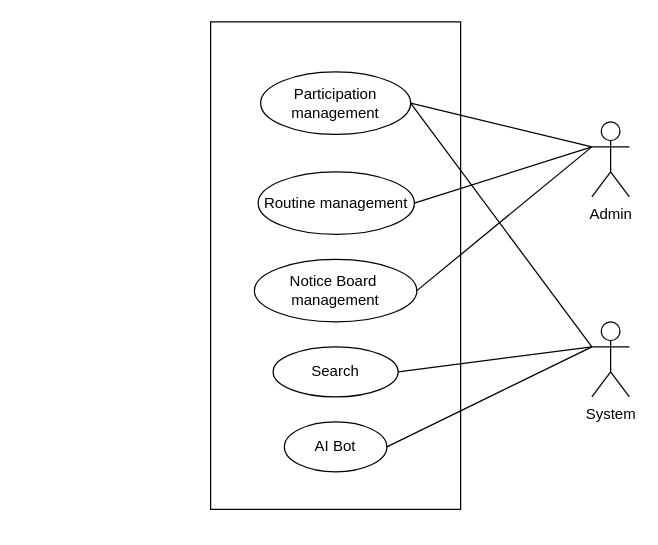
The draw.io diagram page "UC level 1.2 course management" (4 of 17) of Diagrams.drawio in shirrsho/E-shcool, before the edit. Source tidied: cells renumbered, new cells numbered last; positions are measured from the earlier drawing's top-left corner, leaving out a move shared by most shapes. Both pictures are drawn from the tidied source at 125%, with x=0, y=0 at pixel (210, 21).
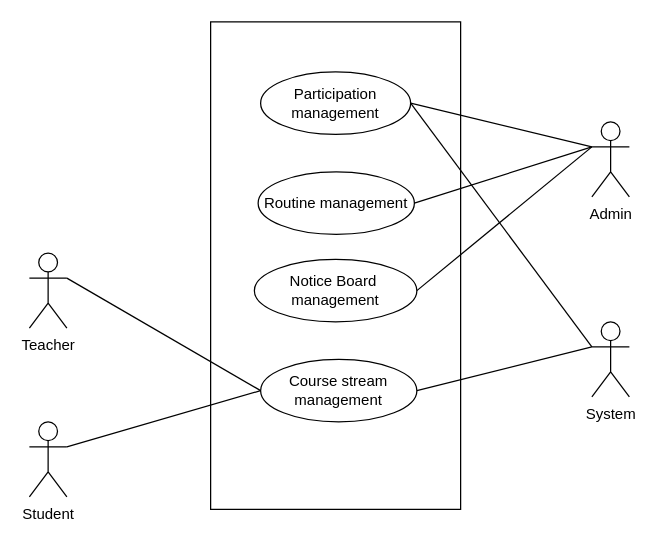
Above is the later version.

The edit, as a diff of the source:
```diff
@@
 <mxGraphModel>
   <root>
     <mxCell id="0" />
     <mxCell id="1" parent="0" />
     <mxCell id="2" style="rounded=0;whiteSpace=wrap;html=1;" parent="1" vertex="1">
       <mxGeometry width="200" height="390" as="geometry" />
     </mxCell>
     <mxCell id="3" value="Participation management" style="ellipse;whiteSpace=wrap;html=1;" parent="1" vertex="1">
       <mxGeometry x="40" y="40" width="120" height="50" as="geometry" />
     </mxCell>
     <mxCell id="4" value="Routine management" style="ellipse;whiteSpace=wrap;html=1;" parent="1" vertex="1">
       <mxGeometry x="38" y="120" width="125" height="50" as="geometry" />
     </mxCell>
     <mxCell id="5" value="Notice Board&amp;nbsp;&lt;br&gt;management" style="ellipse;whiteSpace=wrap;html=1;" parent="1" vertex="1">
       <mxGeometry x="35" y="190" width="130" height="50" as="geometry" />
     </mxCell>
-    <mxCell id="6" value="Search" style="ellipse;whiteSpace=wrap;html=1;" parent="1" vertex="1">
-      <mxGeometry x="50" y="260" width="100" height="40" as="geometry" />
-    </mxCell>
-    <mxCell id="7" value="AI Bot" style="ellipse;whiteSpace=wrap;html=1;" parent="1" vertex="1">
-      <mxGeometry x="59" y="320" width="82" height="40" as="geometry" />
-    </mxCell>
     <mxCell id="8" value="Admin" style="shape=umlActor;verticalLabelPosition=bottom;verticalAlign=top;html=1;outlineConnect=0;" parent="1" vertex="1">
       <mxGeometry x="305" y="80" width="30" height="60" as="geometry" />
     </mxCell>
     <mxCell id="9" style="endArrow=none;html=1;rounded=0;entryX=0;entryY=0.3333333333333333;entryDx=0;entryDy=0;entryPerimeter=0;exitX=1;exitY=0.5;exitDx=0;exitDy=0;" parent="1" edge="1" source="3" target="8">
       <mxGeometry relative="1" as="geometry" />
     </mxCell>
     <mxCell id="10" style="endArrow=none;html=1;rounded=0;entryX=0;entryY=0.3333333333333333;entryDx=0;entryDy=0;entryPerimeter=0;exitX=1;exitY=0.5;exitDx=0;exitDy=0;" parent="1" edge="1" source="4" target="8">
       <mxGeometry relative="1" as="geometry" />
     </mxCell>
     <mxCell id="11" style="endArrow=none;html=1;rounded=0;exitX=1;exitY=0.5;exitDx=0;exitDy=0;" parent="1" edge="1" source="5">
       <mxGeometry relative="1" as="geometry">
         <mxPoint x="305" y="100" as="targetPoint" />
       </mxGeometry>
     </mxCell>
-    <mxCell id="12" style="endArrow=none;html=1;rounded=0;entryX=0;entryY=0.3333333333333333;entryDx=0;entryDy=0;exitX=1;exitY=0.5;exitDx=0;exitDy=0;entryPerimeter=0;" parent="1" edge="1" source="6" target="15">
-      <mxGeometry relative="1" as="geometry" />
-    </mxCell>
-    <mxCell id="13" style="endArrow=none;html=1;rounded=0;exitX=1;exitY=0.5;exitDx=0;exitDy=0;" parent="1" edge="1" source="7">
-      <mxGeometry relative="1" as="geometry">
-        <mxPoint x="305" y="260" as="targetPoint" />
-      </mxGeometry>
-    </mxCell>
     <mxCell id="14" style="endArrow=none;html=1;rounded=0;entryX=0;entryY=0.3333333333333333;entryDx=0;entryDy=0;exitX=1;exitY=0.5;exitDx=0;exitDy=0;entryPerimeter=0;" parent="1" edge="1" source="3" target="15">
       <mxGeometry relative="1" as="geometry" />
     </mxCell>
     <mxCell id="15" value="System" style="shape=umlActor;verticalLabelPosition=bottom;verticalAlign=top;html=1;outlineConnect=0;" parent="1" vertex="1">
       <mxGeometry x="305" y="240" width="30" height="60" as="geometry" />
     </mxCell>
+    <mxCell id="16" value="Course stream management" style="ellipse;whiteSpace=wrap;html=1;" parent="1" vertex="1">
+      <mxGeometry x="40" y="270" width="125" height="50" as="geometry" />
+    </mxCell>
+    <mxCell id="17" style="endArrow=none;html=1;rounded=0;entryX=0;entryY=0.3333333333333333;entryDx=0;entryDy=0;entryPerimeter=0;exitX=1;exitY=0.5;exitDx=0;exitDy=0;" parent="1" edge="1" source="16" target="15">
+      <mxGeometry relative="1" as="geometry" />
+    </mxCell>
+    <mxCell id="18" value="Teacher" style="shape=umlActor;verticalLabelPosition=bottom;verticalAlign=top;html=1;outlineConnect=0;" parent="1" vertex="1">
+      <mxGeometry x="-145" y="185" width="30" height="60" as="geometry" />
+    </mxCell>
+    <mxCell id="19" value="Student" style="shape=umlActor;verticalLabelPosition=bottom;verticalAlign=top;html=1;outlineConnect=0;" parent="1" vertex="1">
+      <mxGeometry x="-145" y="320" width="30" height="60" as="geometry" />
+    </mxCell>
+    <mxCell id="20" style="endArrow=none;html=1;rounded=0;exitX=1;exitY=0.3333333333333333;exitDx=0;exitDy=0;exitPerimeter=0;entryX=0;entryY=0.5;entryDx=0;entryDy=0;" parent="1" edge="1" source="18" target="16">
+      <mxGeometry relative="1" as="geometry" />
+    </mxCell>
+    <mxCell id="21" style="endArrow=none;html=1;rounded=0;exitX=1;exitY=0.3333333333333333;exitDx=0;exitDy=0;exitPerimeter=0;entryX=0;entryY=0.5;entryDx=0;entryDy=0;" parent="1" edge="1" source="19" target="16">
+      <mxGeometry relative="1" as="geometry" />
+    </mxCell>
   </root>
 </mxGraphModel>
```
